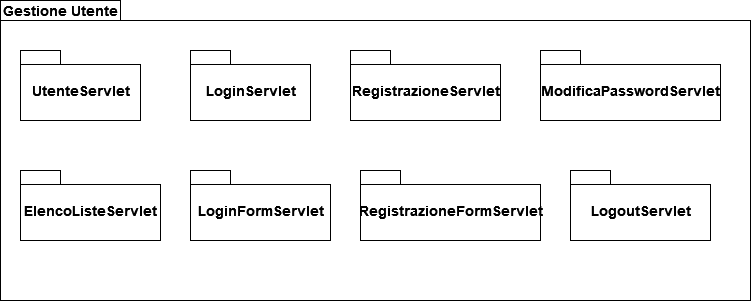
IlSelva/ProgettoIS keeps this draw.io diagram as Documenti/diagrammi/packages/PackageGestioneUtente.drawio.png. Above is the earlier version. Source tidied: cells renumbered, new cells last; positions are measured from the earlier drawing's top-left corner, leaving out a move shared by most shapes. The source it was exported from:
```xml
<mxGraphModel>
  <root>
    <mxCell id="0" />
    <mxCell id="1" parent="0" />
    <mxCell id="2" style="shape=folder;fontStyle=1;spacingTop=10;tabWidth=120;tabHeight=20;tabPosition=left;html=1;" parent="1" vertex="1">
      <mxGeometry width="750" height="300" as="geometry" />
    </mxCell>
    <mxCell id="3" value="&lt;b&gt;&lt;font style=&quot;font-size: 14px&quot;&gt;Gestione Utente&lt;/font&gt;&lt;/b&gt;" style="text;html=1;align=center;verticalAlign=middle;strokeColor=none;fillColor=none;" parent="1" vertex="1">
      <mxGeometry width="120" height="20" as="geometry" />
    </mxCell>
    <mxCell id="4" value="ElencoListeServlet" style="shape=folder;fontStyle=1;spacingTop=10;tabWidth=40;tabHeight=14;tabPosition=left;html=1;fontSize=14;" parent="1" vertex="1">
      <mxGeometry x="20" y="170" width="140" height="70" as="geometry" />
    </mxCell>
    <mxCell id="5" value="LogoutServlet" style="shape=folder;fontStyle=1;spacingTop=10;tabWidth=40;tabHeight=14;tabPosition=left;html=1;fontSize=14;" parent="1" vertex="1">
      <mxGeometry x="570" y="170" width="140" height="70" as="geometry" />
    </mxCell>
    <mxCell id="6" value="LoginServlet" style="shape=folder;fontStyle=1;spacingTop=10;tabWidth=40;tabHeight=14;tabPosition=left;html=1;fontSize=14;" parent="1" vertex="1">
      <mxGeometry x="190" y="50" width="120" height="70" as="geometry" />
    </mxCell>
    <mxCell id="7" value="LoginFormServlet" style="shape=folder;fontStyle=1;spacingTop=10;tabWidth=40;tabHeight=14;tabPosition=left;html=1;fontSize=14;" parent="1" vertex="1">
      <mxGeometry x="190" y="170" width="140" height="70" as="geometry" />
    </mxCell>
    <mxCell id="8" value="UtenteServlet" style="shape=folder;fontStyle=1;spacingTop=10;tabWidth=40;tabHeight=14;tabPosition=left;html=1;fontSize=14;" parent="1" vertex="1">
      <mxGeometry x="20" y="50" width="120" height="70" as="geometry" />
    </mxCell>
    <mxCell id="9" value="RegistrazioneServlet" style="shape=folder;fontStyle=1;spacingTop=10;tabWidth=40;tabHeight=14;tabPosition=left;html=1;fontSize=14;" parent="1" vertex="1">
      <mxGeometry x="350" y="50" width="150" height="70" as="geometry" />
    </mxCell>
    <mxCell id="10" value="ModificaPasswordServlet" style="shape=folder;fontStyle=1;spacingTop=10;tabWidth=40;tabHeight=14;tabPosition=left;html=1;fontSize=14;" parent="1" vertex="1">
      <mxGeometry x="540" y="50" width="180" height="70" as="geometry" />
    </mxCell>
    <mxCell id="11" value="RegistrazioneFormServlet" style="shape=folder;fontStyle=1;spacingTop=10;tabWidth=40;tabHeight=14;tabPosition=left;html=1;fontSize=14;" parent="1" vertex="1">
      <mxGeometry x="360" y="170" width="180" height="70" as="geometry" />
    </mxCell>
  </root>
</mxGraphModel>
```
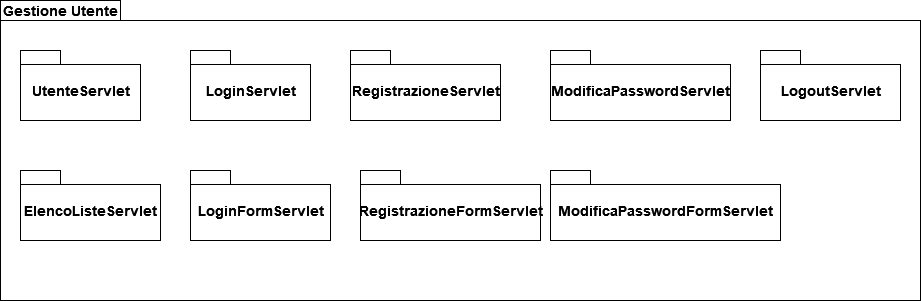
Above is the later version.

What changed in the source:
```diff
@@ -3,7 +3,7 @@
     <mxCell id="0" />
     <mxCell id="1" parent="0" />
     <mxCell id="2" style="shape=folder;fontStyle=1;spacingTop=10;tabWidth=120;tabHeight=20;tabPosition=left;html=1;" parent="1" vertex="1">
-      <mxGeometry width="750" height="300" as="geometry" />
+      <mxGeometry width="920" height="300" as="geometry" />
     </mxCell>
     <mxCell id="3" value="&lt;b&gt;&lt;font style=&quot;font-size: 14px&quot;&gt;Gestione Utente&lt;/font&gt;&lt;/b&gt;" style="text;html=1;align=center;verticalAlign=middle;strokeColor=none;fillColor=none;" parent="1" vertex="1">
       <mxGeometry width="120" height="20" as="geometry" />
@@ -12,7 +12,7 @@
       <mxGeometry x="20" y="170" width="140" height="70" as="geometry" />
     </mxCell>
     <mxCell id="5" value="LogoutServlet" style="shape=folder;fontStyle=1;spacingTop=10;tabWidth=40;tabHeight=14;tabPosition=left;html=1;fontSize=14;" parent="1" vertex="1">
-      <mxGeometry x="570" y="170" width="140" height="70" as="geometry" />
+      <mxGeometry x="760" y="50" width="140" height="70" as="geometry" />
     </mxCell>
     <mxCell id="6" value="LoginServlet" style="shape=folder;fontStyle=1;spacingTop=10;tabWidth=40;tabHeight=14;tabPosition=left;html=1;fontSize=14;" parent="1" vertex="1">
       <mxGeometry x="190" y="50" width="120" height="70" as="geometry" />
@@ -27,10 +27,13 @@
       <mxGeometry x="350" y="50" width="150" height="70" as="geometry" />
     </mxCell>
     <mxCell id="10" value="ModificaPasswordServlet" style="shape=folder;fontStyle=1;spacingTop=10;tabWidth=40;tabHeight=14;tabPosition=left;html=1;fontSize=14;" parent="1" vertex="1">
-      <mxGeometry x="540" y="50" width="180" height="70" as="geometry" />
+      <mxGeometry x="550" y="50" width="180" height="70" as="geometry" />
     </mxCell>
     <mxCell id="11" value="RegistrazioneFormServlet" style="shape=folder;fontStyle=1;spacingTop=10;tabWidth=40;tabHeight=14;tabPosition=left;html=1;fontSize=14;" parent="1" vertex="1">
       <mxGeometry x="360" y="170" width="180" height="70" as="geometry" />
     </mxCell>
+    <mxCell id="12" value="ModificaPasswordFormServlet" style="shape=folder;fontStyle=1;spacingTop=10;tabWidth=40;tabHeight=14;tabPosition=left;html=1;fontSize=14;" parent="1" vertex="1">
+      <mxGeometry x="550" y="170" width="230" height="70" as="geometry" />
+    </mxCell>
   </root>
 </mxGraphModel>
```
